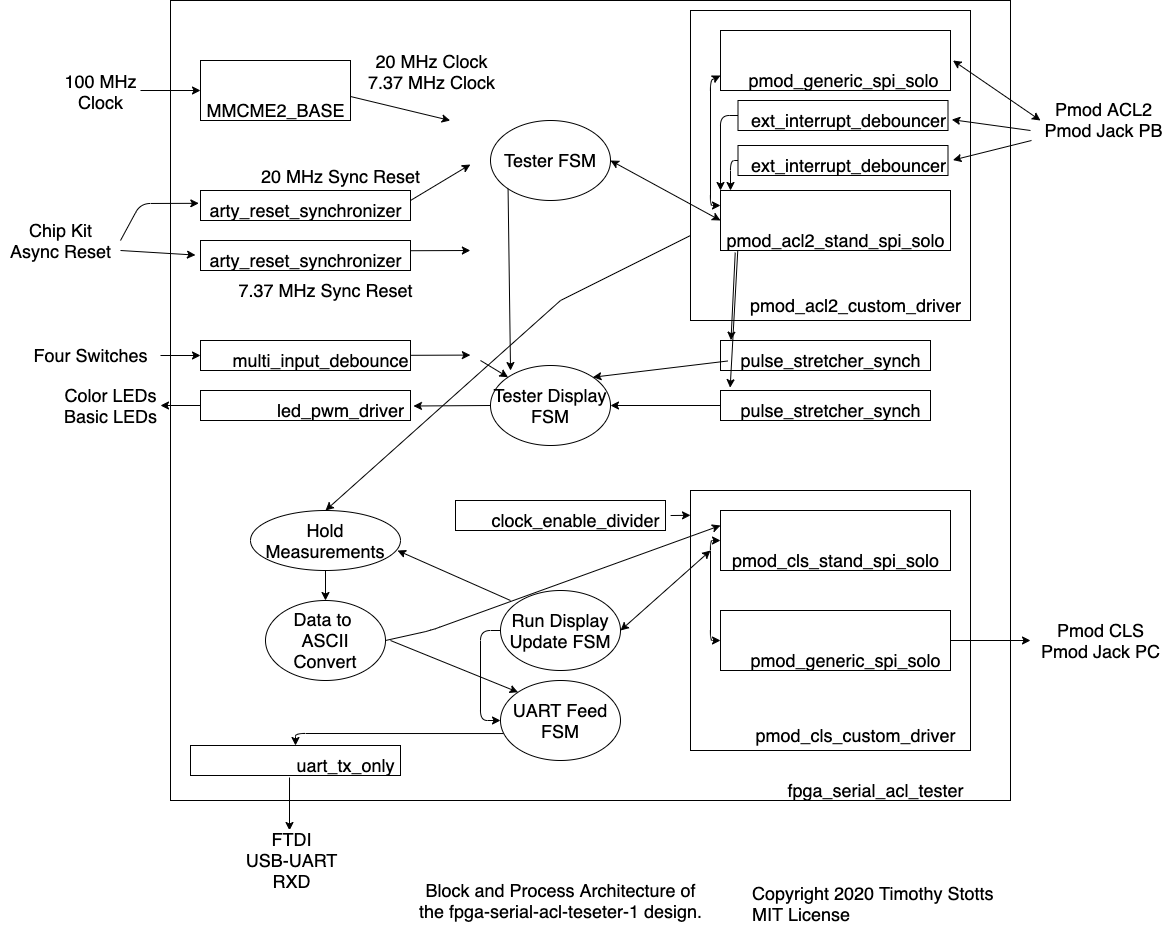
timothystotts/fpga-serial-acl-tester-1 keeps this draw.io diagram as ACL-Tester-Design-Documents/ACL-Tester-Design-Diagrams-Architecture 1.png. Above is the earlier version. Source tidied: cells renumbered, new cells last; positions are measured from the earlier drawing's top-left corner, leaving out a move shared by most shapes.
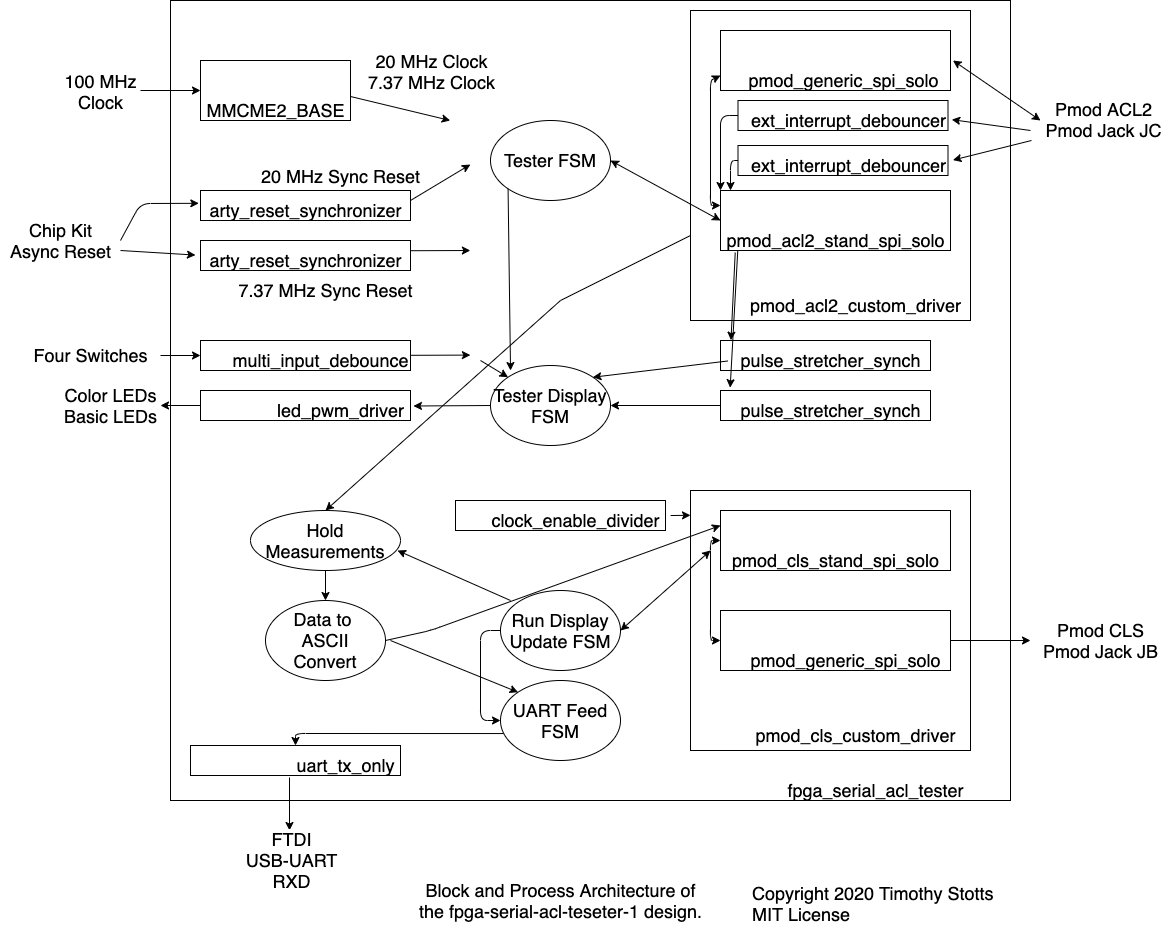
Later version of the same file.

Commit message:
Bumped ACL Tester Design Diagrams to rev 6A: page 2 architecture to JB connected to Pmod CLS and JC connected to Pmod ACL2. This agrees with the Serial ACL Readings Tester document and photo.

What changed in the source:
```diff
@@ -104,7 +104,7 @@
         <mxPoint x="1040" y="120" as="targetPoint" />
       </mxGeometry>
     </mxCell>
-    <mxCell id="35" value="&lt;font style=&quot;font-size: 18px&quot;&gt;Pmod ACL2&lt;br&gt;Pmod Jack PB&lt;/font&gt;" style="edgeLabel;html=1;align=center;verticalAlign=middle;" parent="34" vertex="1">
+    <mxCell id="35" value="&lt;font style=&quot;font-size: 18px&quot;&gt;Pmod ACL2&lt;br&gt;Pmod Jack JC&lt;/font&gt;" style="edgeLabel;html=1;align=center;verticalAlign=middle;" parent="34" vertex="1">
       <mxGeometry x="0.93" y="5" relative="1" as="geometry">
         <mxPoint x="63.3" y="5" as="offset" />
       </mxGeometry>
@@ -232,7 +232,7 @@
         </Array>
       </mxGeometry>
     </mxCell>
-    <mxCell id="63" value="&lt;font style=&quot;font-size: 18px&quot;&gt;Pmod CLS&lt;br&gt;Pmod Jack PC&lt;/font&gt;" style="endArrow=classic;html=1;exitX=1;exitY=0.5;exitDx=0;exitDy=0;" parent="1" edge="1" source="26">
+    <mxCell id="63" value="&lt;font style=&quot;font-size: 18px&quot;&gt;Pmod CLS&lt;br&gt;Pmod Jack JB&lt;/font&gt;" style="endArrow=classic;html=1;exitX=1;exitY=0.5;exitDx=0;exitDy=0;" parent="1" edge="1" source="26">
       <mxGeometry x="1" y="70" relative="1" as="geometry">
         <mxPoint x="1030" y="640" as="targetPoint" />
         <mxPoint x="70" y="70" as="offset" />
```
